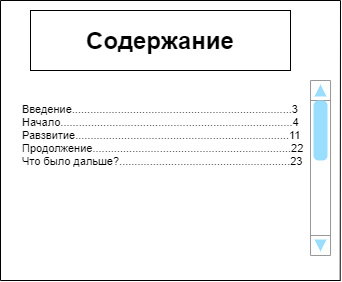
Above: source/Содержание.png in slavableat/TRITPO_LAB2 (draw.io), before the change. Source tidied: cells renumbered, new cells last; positions are measured from the earlier drawing's top-left corner, leaving out a move shared by most shapes. Its diagram source:
```xml
<mxGraphModel>
  <root>
    <mxCell id="0" />
    <mxCell id="1" parent="0" />
    <mxCell id="2" style="endArrow=none;html=1;rounded=0;" parent="1" edge="1">
      <mxGeometry relative="1" as="geometry">
        <mxPoint as="sourcePoint" />
        <mxPoint x="340" as="targetPoint" />
      </mxGeometry>
    </mxCell>
    <mxCell id="3" value="&lt;span style=&quot;font-size: 24px ; font-weight: 700&quot;&gt;Содержание&lt;/span&gt;" style="rounded=0;whiteSpace=wrap;html=1;" parent="1" vertex="1">
      <mxGeometry x="30" y="10" width="260" height="60" as="geometry" />
    </mxCell>
    <mxCell id="4" value="Введение........................................................................3&lt;br&gt;Начало............................................................................4&lt;br&gt;Равзвитие......................................................................11&lt;br&gt;&lt;div&gt;&lt;span&gt;Продолжение.................................................................22&lt;/span&gt;&lt;/div&gt;Что было дальше?........................................................23" style="text;html=1;strokeColor=none;fillColor=none;align=left;verticalAlign=middle;whiteSpace=wrap;rounded=0;fontSize=11;" parent="1" vertex="1">
      <mxGeometry x="20" y="90" width="290" height="90" as="geometry" />
    </mxCell>
    <mxCell id="5" style="verticalLabelPosition=bottom;shadow=0;dashed=0;align=center;html=1;verticalAlign=top;strokeWidth=1;shape=mxgraph.mockup.navigation.scrollBar;strokeColor=#999999;barPos=100;fillColor2=#99ddff;strokeColor2=none;direction=north;" parent="1" vertex="1">
      <mxGeometry x="310" y="80" width="20" height="175" as="geometry" />
    </mxCell>
    <mxCell id="6" style="endArrow=none;html=1;fontSize=11;" parent="1" edge="1">
      <mxGeometry relative="1" as="geometry">
        <mxPoint y="280" as="sourcePoint" />
        <mxPoint as="targetPoint" />
      </mxGeometry>
    </mxCell>
    <mxCell id="7" style="endArrow=none;html=1;fontSize=11;" parent="1" edge="1">
      <mxGeometry relative="1" as="geometry">
        <mxPoint x="339.7" y="280" as="sourcePoint" />
        <mxPoint x="340" as="targetPoint" />
      </mxGeometry>
    </mxCell>
    <mxCell id="8" style="endArrow=none;html=1;rounded=0;" parent="1" edge="1">
      <mxGeometry relative="1" as="geometry">
        <mxPoint y="280" as="sourcePoint" />
        <mxPoint x="340" y="280" as="targetPoint" />
      </mxGeometry>
    </mxCell>
  </root>
</mxGraphModel>
```
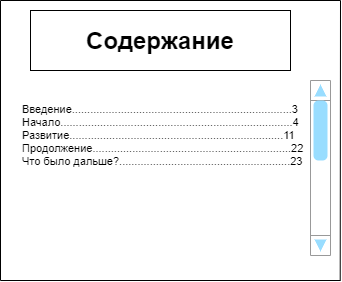
After the commit.

The edit, as a diff of the source:
```diff
@@ -11,7 +11,7 @@
     <mxCell id="3" value="&lt;span style=&quot;font-size: 24px ; font-weight: 700&quot;&gt;Содержание&lt;/span&gt;" style="rounded=0;whiteSpace=wrap;html=1;" parent="1" vertex="1">
       <mxGeometry x="30" y="10" width="260" height="60" as="geometry" />
     </mxCell>
-    <mxCell id="4" value="Введение........................................................................3&lt;br&gt;Начало............................................................................4&lt;br&gt;Равзвитие......................................................................11&lt;br&gt;&lt;div&gt;&lt;span&gt;Продолжение.................................................................22&lt;/span&gt;&lt;/div&gt;Что было дальше?........................................................23" style="text;html=1;strokeColor=none;fillColor=none;align=left;verticalAlign=middle;whiteSpace=wrap;rounded=0;fontSize=11;" parent="1" vertex="1">
+    <mxCell id="4" value="Введение........................................................................3&lt;br&gt;Начало............................................................................4&lt;br&gt;Развитие......................................................................11&lt;br&gt;&lt;div&gt;&lt;span&gt;Продолжение.................................................................22&lt;/span&gt;&lt;/div&gt;Что было дальше?........................................................23" style="text;html=1;strokeColor=none;fillColor=none;align=left;verticalAlign=middle;whiteSpace=wrap;rounded=0;fontSize=11;" parent="1" vertex="1">
       <mxGeometry x="20" y="90" width="290" height="90" as="geometry" />
     </mxCell>
     <mxCell id="5" style="verticalLabelPosition=bottom;shadow=0;dashed=0;align=center;html=1;verticalAlign=top;strokeWidth=1;shape=mxgraph.mockup.navigation.scrollBar;strokeColor=#999999;barPos=100;fillColor2=#99ddff;strokeColor2=none;direction=north;" parent="1" vertex="1">
```
